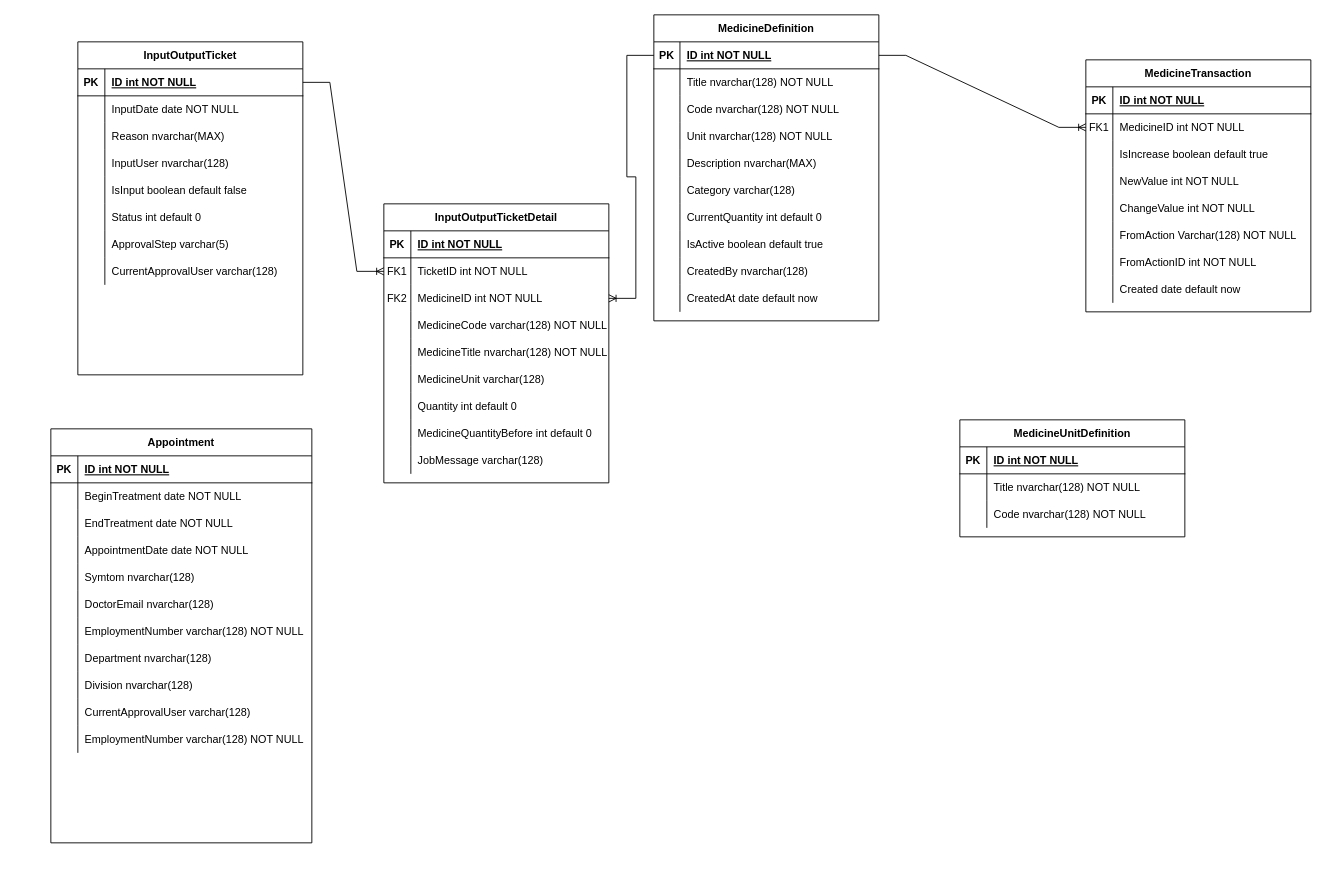
This is public/Untitled Diagram.drawio from ducquynhnguyeninfo/medical-manager, a draw.io file, before an edit. Source tidied: cells renumbered, new cells numbered last; positions are measured from the earlier drawing's top-left corner, leaving out a move shared by most shapes. Both pictures are drawn from the tidied source at 90%, with x=0, y=0 at pixel (50, 14).
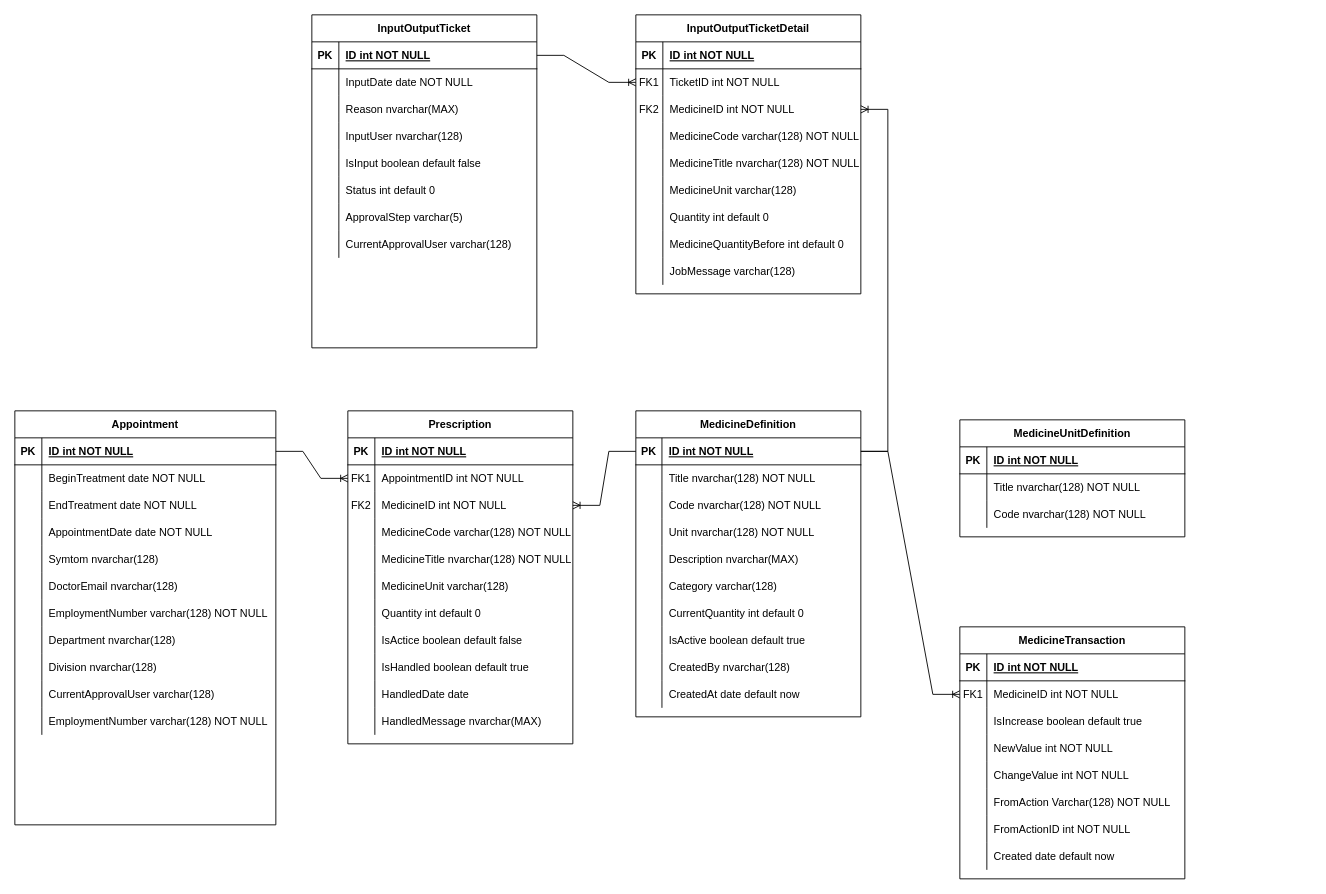
The same page after the edit.

Unchanged cells that the change refers to:
```xml
<mxCell id="81" style="shape=partialRectangle;fillColor=none;points=[[0,0.5],[1,0.5]];portConstraint=eastwest;top=0;left=0;right=0;bottom=1;" parent="80" vertex="1">
  <mxGeometry y="30" width="250" height="30" as="geometry" />
</mxCell>
<mxCell id="125" style="shape=partialRectangle;fillColor=none;points=[[0,0.5],[1,0.5]];portConstraint=eastwest;top=0;left=0;right=0;bottom=1;" parent="124" vertex="1">
  <mxGeometry y="30" width="290" height="30" as="geometry" />
</mxCell>
```

The edit, as a diff of the source:
```diff
@@
     <mxCell id="2" value="InputOutputTicketDetail" style="shape=table;startSize=30;childLayout=tableLayout;rowLines=0;fontStyle=1;align=center;" parent="1" vertex="1">
-      <mxGeometry x="370" y="210" width="250" height="310" as="geometry" />
+      <mxGeometry x="650" width="250" height="310" as="geometry" />
     </mxCell>
@@
     <mxCell id="30" value="MedicineTransaction" style="shape=table;startSize=30;childLayout=tableLayout;rowLines=0;fontStyle=1;align=center;" parent="1" vertex="1">
-      <mxGeometry x="1150" y="50" width="250" height="280" as="geometry" />
+      <mxGeometry x="1010" y="680" width="250" height="280" as="geometry" />
     </mxCell>
@@
     <mxCell id="55" value="InputOutputTicket" style="shape=table;startSize=30;childLayout=tableLayout;rowLines=0;fontStyle=1;align=center;" parent="1" vertex="1">
-      <mxGeometry x="30" y="30" width="250" height="370" as="geometry" />
+      <mxGeometry x="290" width="250" height="370" as="geometry" />
     </mxCell>
@@
     <mxCell id="80" value="MedicineDefinition" style="shape=table;startSize=30;childLayout=tableLayout;rowLines=0;fontStyle=1;align=center;" parent="1" vertex="1">
-      <mxGeometry x="670" width="250" height="340" as="geometry" />
+      <mxGeometry x="650" y="440" width="250" height="340" as="geometry" />
     </mxCell>
@@
     <mxCell id="124" value="Appointment" style="shape=table;startSize=30;childLayout=tableLayout;rowLines=0;fontStyle=1;align=center;" parent="1" vertex="1">
-      <mxGeometry y="460" width="290" height="460" as="geometry" />
+      <mxGeometry x="-40" y="440" width="290" height="460" as="geometry" />
     </mxCell>
@@
+    <mxCell id="158" value="Prescription" style="shape=table;startSize=30;childLayout=tableLayout;rowLines=0;fontStyle=1;align=center;" parent="1" vertex="1">
+      <mxGeometry x="330" y="440" width="250" height="370" as="geometry" />
+    </mxCell>
+    <mxCell id="159" style="shape=partialRectangle;fillColor=none;top=0;left=0;right=0;bottom=1;" parent="158" vertex="1">
+      <mxGeometry y="30" width="250" height="30" as="geometry" />
+    </mxCell>
+    <mxCell id="160" value="PK" style="shape=partialRectangle;overflow=hidden;fillColor=none;top=0;left=0;bottom=0;right=0;fontStyle=1;" parent="159" vertex="1">
+      <mxGeometry width="30" height="30" as="geometry" />
+    </mxCell>
+    <mxCell id="161" value="ID int NOT NULL " style="shape=partialRectangle;overflow=hidden;fillColor=none;top=0;left=0;bottom=0;right=0;align=left;spacingLeft=6;fontStyle=5;" parent="159" vertex="1">
+      <mxGeometry x="30" width="220" height="30" as="geometry" />
+    </mxCell>
+    <mxCell id="162" style="shape=partialRectangle;fillColor=none;points=[[0,0.5],[1,0.5]];portConstraint=eastwest;top=0;left=0;right=0;bottom=0;" parent="158" vertex="1">
+      <mxGeometry y="60" width="250" height="30" as="geometry" />
+    </mxCell>
+    <mxCell id="163" value="FK1" style="shape=partialRectangle;overflow=hidden;fillColor=none;top=0;left=0;bottom=0;right=0;" parent="162" vertex="1">
+      <mxGeometry width="30" height="30" as="geometry" />
+    </mxCell>
+    <mxCell id="164" value="AppointmentID int NOT NULL" style="shape=partialRectangle;overflow=hidden;fillColor=none;top=0;left=0;bottom=0;right=0;align=left;spacingLeft=6;" parent="162" vertex="1">
+      <mxGeometry x="30" width="220" height="30" as="geometry" />
+    </mxCell>
+    <mxCell id="165" style="shape=partialRectangle;fillColor=none;points=[[0,0.5],[1,0.5]];portConstraint=eastwest;top=0;left=0;right=0;bottom=0;" parent="158" vertex="1">
+      <mxGeometry y="90" width="250" height="30" as="geometry" />
+    </mxCell>
+    <mxCell id="166" value="FK2" style="shape=partialRectangle;overflow=hidden;fillColor=none;top=0;left=0;bottom=0;right=0;" parent="165" vertex="1">
+      <mxGeometry width="30" height="30" as="geometry" />
+    </mxCell>
+    <mxCell id="167" value="MedicineID int NOT NULL" style="shape=partialRectangle;overflow=hidden;fillColor=none;top=0;left=0;bottom=0;right=0;align=left;spacingLeft=6;" parent="165" vertex="1">
+      <mxGeometry x="30" width="220" height="30" as="geometry" />
+    </mxCell>
+    <mxCell id="168" style="shape=partialRectangle;fillColor=none;top=0;left=0;right=0;bottom=0;" parent="158" vertex="1">
+      <mxGeometry y="120" width="250" height="30" as="geometry" />
+    </mxCell>
+    <mxCell id="169" style="shape=partialRectangle;overflow=hidden;fillColor=none;top=0;left=0;bottom=0;right=0;" parent="168" vertex="1">
+      <mxGeometry width="30" height="30" as="geometry" />
+    </mxCell>
+    <mxCell id="170" value="MedicineCode varchar(128) NOT NULL" style="shape=partialRectangle;overflow=hidden;fillColor=none;top=0;left=0;bottom=0;right=0;align=left;spacingLeft=6;" parent="168" vertex="1">
+      <mxGeometry x="30" width="220" height="30" as="geometry" />
+    </mxCell>
+    <mxCell id="171" style="shape=partialRectangle;fillColor=none;top=0;left=0;right=0;bottom=0;" parent="158" vertex="1">
+      <mxGeometry y="150" width="250" height="30" as="geometry" />
+    </mxCell>
+    <mxCell id="172" style="shape=partialRectangle;overflow=hidden;fillColor=none;top=0;left=0;bottom=0;right=0;" parent="171" vertex="1">
+      <mxGeometry width="30" height="30" as="geometry" />
+    </mxCell>
+    <mxCell id="173" value="MedicineTitle nvarchar(128) NOT NULL" style="shape=partialRectangle;overflow=hidden;fillColor=none;top=0;left=0;bottom=0;right=0;align=left;spacingLeft=6;" parent="171" vertex="1">
+      <mxGeometry x="30" width="220" height="30" as="geometry" />
+    </mxCell>
+    <mxCell id="174" style="shape=partialRectangle;fillColor=none;top=0;left=0;right=0;bottom=0;" parent="158" vertex="1">
+      <mxGeometry y="180" width="250" height="30" as="geometry" />
+    </mxCell>
+    <mxCell id="175" style="shape=partialRectangle;overflow=hidden;fillColor=none;top=0;left=0;bottom=0;right=0;" parent="174" vertex="1">
+      <mxGeometry width="30" height="30" as="geometry" />
+    </mxCell>
+    <mxCell id="176" value="MedicineUnit varchar(128)" style="shape=partialRectangle;overflow=hidden;fillColor=none;top=0;left=0;bottom=0;right=0;align=left;spacingLeft=6;" parent="174" vertex="1">
+      <mxGeometry x="30" width="220" height="30" as="geometry" />
+    </mxCell>
+    <mxCell id="177" style="shape=partialRectangle;fillColor=none;top=0;left=0;right=0;bottom=0;" parent="158" vertex="1">
+      <mxGeometry y="210" width="250" height="30" as="geometry" />
+    </mxCell>
+    <mxCell id="178" style="shape=partialRectangle;overflow=hidden;fillColor=none;top=0;left=0;bottom=0;right=0;" parent="177" vertex="1">
+      <mxGeometry width="30" height="30" as="geometry" />
+    </mxCell>
+    <mxCell id="179" value="Quantity int default 0" style="shape=partialRectangle;overflow=hidden;fillColor=none;top=0;left=0;bottom=0;right=0;align=left;spacingLeft=6;" parent="177" vertex="1">
+      <mxGeometry x="30" width="220" height="30" as="geometry" />
+    </mxCell>
+    <mxCell id="180" style="shape=partialRectangle;fillColor=none;top=0;left=0;right=0;bottom=0;" parent="158" vertex="1">
+      <mxGeometry y="240" width="250" height="30" as="geometry" />
+    </mxCell>
+    <mxCell id="181" style="shape=partialRectangle;overflow=hidden;fillColor=none;top=0;left=0;bottom=0;right=0;" parent="180" vertex="1">
+      <mxGeometry width="30" height="30" as="geometry" />
+    </mxCell>
+    <mxCell id="182" value="IsActice boolean default false" style="shape=partialRectangle;overflow=hidden;fillColor=none;top=0;left=0;bottom=0;right=0;align=left;spacingLeft=6;" parent="180" vertex="1">
+      <mxGeometry x="30" width="220" height="30" as="geometry" />
+    </mxCell>
+    <mxCell id="183" style="shape=partialRectangle;fillColor=none;top=0;left=0;right=0;bottom=0;" parent="158" vertex="1">
+      <mxGeometry y="270" width="250" height="30" as="geometry" />
+    </mxCell>
+    <mxCell id="184" style="shape=partialRectangle;overflow=hidden;fillColor=none;top=0;left=0;bottom=0;right=0;" parent="183" vertex="1">
+      <mxGeometry width="30" height="30" as="geometry" />
+    </mxCell>
+    <mxCell id="185" value="IsHandled boolean default true" style="shape=partialRectangle;overflow=hidden;fillColor=none;top=0;left=0;bottom=0;right=0;align=left;spacingLeft=6;" parent="183" vertex="1">
+      <mxGeometry x="30" width="220" height="30" as="geometry" />
+    </mxCell>
+    <mxCell id="186" style="shape=partialRectangle;fillColor=none;top=0;left=0;right=0;bottom=0;" parent="158" vertex="1">
+      <mxGeometry y="300" width="250" height="30" as="geometry" />
+    </mxCell>
+    <mxCell id="187" style="shape=partialRectangle;overflow=hidden;fillColor=none;top=0;left=0;bottom=0;right=0;" parent="186" vertex="1">
+      <mxGeometry width="30" height="30" as="geometry" />
+    </mxCell>
+    <mxCell id="188" value="HandledDate date " style="shape=partialRectangle;overflow=hidden;fillColor=none;top=0;left=0;bottom=0;right=0;align=left;spacingLeft=6;" parent="186" vertex="1">
+      <mxGeometry x="30" width="220" height="30" as="geometry" />
+    </mxCell>
+    <mxCell id="189" style="shape=partialRectangle;fillColor=none;top=0;left=0;right=0;bottom=0;" parent="158" vertex="1">
+      <mxGeometry y="330" width="250" height="30" as="geometry" />
+    </mxCell>
+    <mxCell id="190" style="shape=partialRectangle;overflow=hidden;fillColor=none;top=0;left=0;bottom=0;right=0;" parent="189" vertex="1">
+      <mxGeometry width="30" height="30" as="geometry" />
+    </mxCell>
+    <mxCell id="191" value="HandledMessage nvarchar(MAX)" style="shape=partialRectangle;overflow=hidden;fillColor=none;top=0;left=0;bottom=0;right=0;align=left;spacingLeft=6;" parent="189" vertex="1">
+      <mxGeometry x="30" width="220" height="30" as="geometry" />
+    </mxCell>
+    <mxCell id="192" style="edgeStyle=entityRelationEdgeStyle;fontSize=12;html=1;endArrow=ERoneToMany;rounded=0;" parent="1" edge="1" source="125" target="162">
+      <mxGeometry relative="1" as="geometry" />
+    </mxCell>
+    <mxCell id="193" style="edgeStyle=entityRelationEdgeStyle;fontSize=12;html=1;endArrow=ERoneToMany;rounded=0;" parent="1" edge="1" source="81" target="165">
+      <mxGeometry relative="1" as="geometry" />
+    </mxCell>
```
